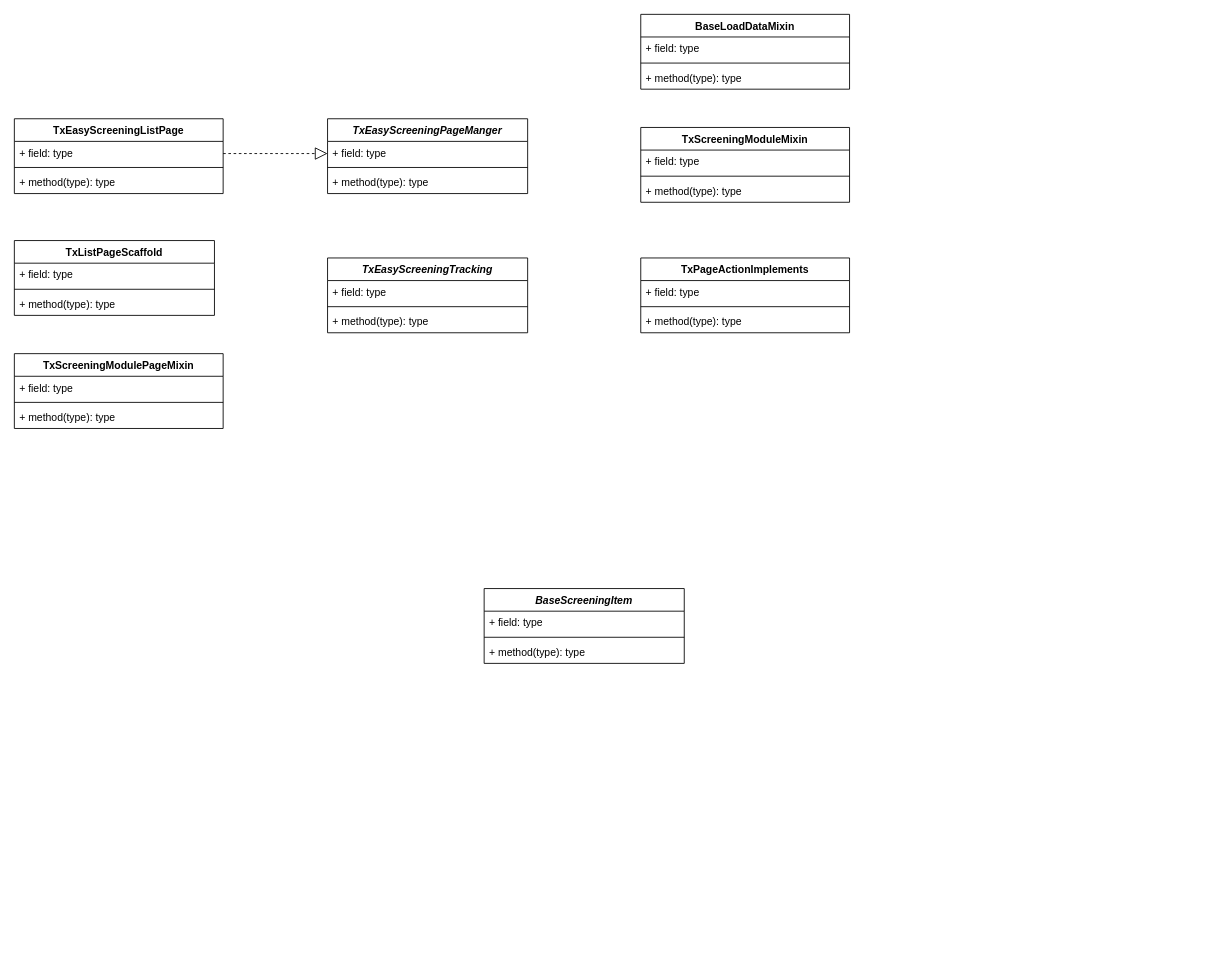
Above: demo.drawio in Jinxishihenian/mind_mapping (draw.io), before the change. Source tidied: cells renumbered, new cells numbered last; positions are measured from the earlier drawing's top-left corner, leaving out a move shared by most shapes. Both pictures are drawn from the tidied source at 87%, with x=0, y=0 at pixel (14, 14).
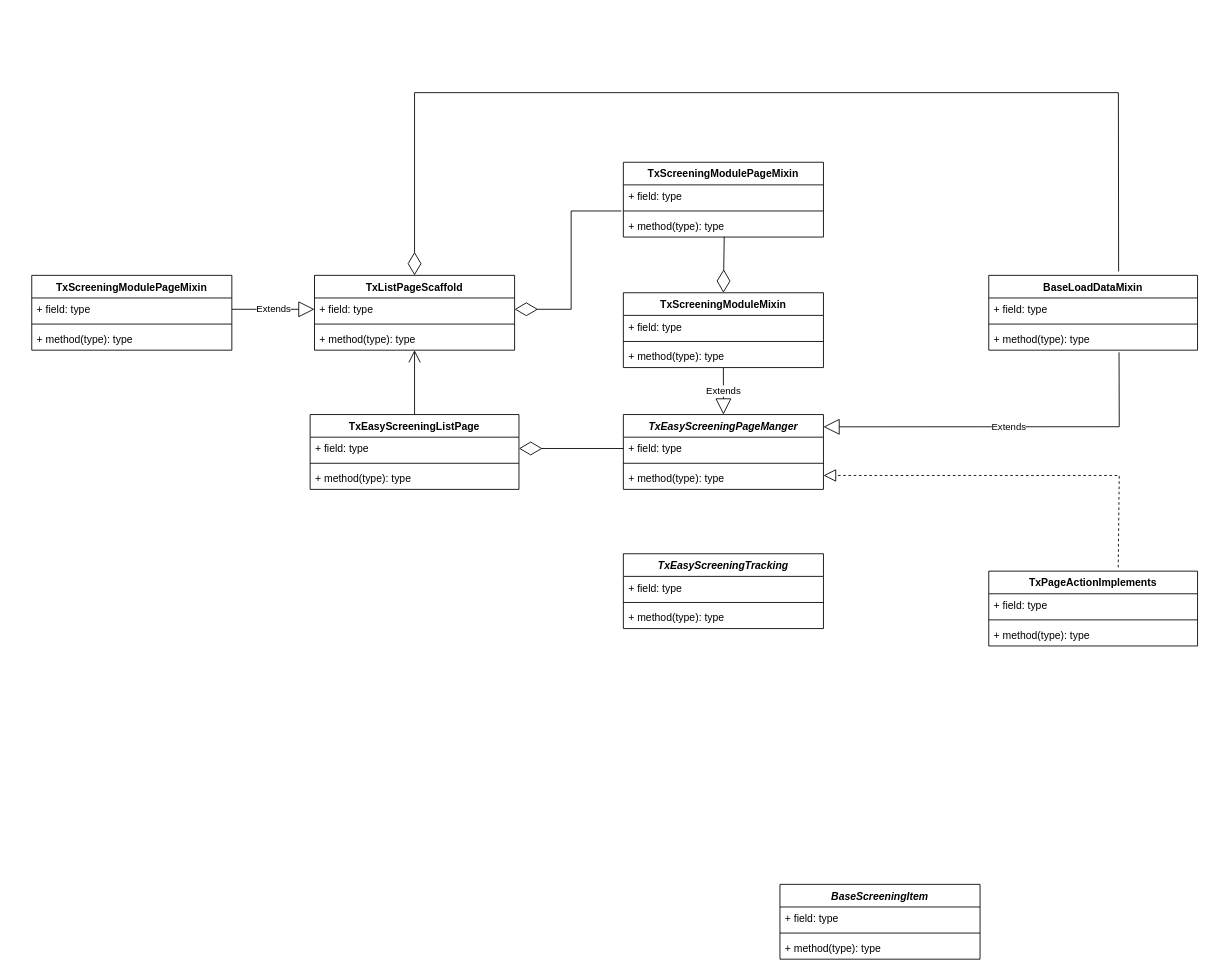
The same diagram, later.

The change refers to these unchanged cells:
```xml
<mxCell id="5" value="+ method(type): type" style="text;strokeColor=none;fillColor=none;align=left;verticalAlign=top;spacingLeft=4;spacingRight=4;overflow=hidden;points=[[0,0.5],[1,0.5]];portConstraint=eastwest;" parent="2" vertex="1">
  <mxGeometry y="60" width="240" height="26" as="geometry" />
</mxCell>
<mxCell id="11" value="+ field: type" style="text;strokeColor=none;fillColor=none;align=left;verticalAlign=top;spacingLeft=4;spacingRight=4;overflow=hidden;points=[[0,0.5],[1,0.5]];portConstraint=eastwest;shadow=0;" parent="10" vertex="1">
  <mxGeometry y="26" width="240" height="26" as="geometry" />
</mxCell>
<mxCell id="15" value="+ field: type" style="text;strokeColor=none;fillColor=none;align=left;verticalAlign=top;spacingLeft=4;spacingRight=4;overflow=hidden;points=[[0,0.5],[1,0.5]];portConstraint=eastwest;shadow=0;" parent="14" vertex="1">
  <mxGeometry y="26" width="230" height="26" as="geometry" />
</mxCell>
<mxCell id="17" value="+ method(type): type" style="text;strokeColor=none;fillColor=none;align=left;verticalAlign=top;spacingLeft=4;spacingRight=4;overflow=hidden;points=[[0,0.5],[1,0.5]];portConstraint=eastwest;shadow=0;" parent="14" vertex="1">
  <mxGeometry y="60" width="230" height="26" as="geometry" />
</mxCell>
<mxCell id="31" value="+ field: type" style="text;strokeColor=none;fillColor=none;align=left;verticalAlign=top;spacingLeft=4;spacingRight=4;overflow=hidden;points=[[0,0.5],[1,0.5]];portConstraint=eastwest;shadow=0;" parent="30" vertex="1">
  <mxGeometry y="26" width="230" height="26" as="geometry" />
</mxCell>
<mxCell id="33" value="+ method(type): type" style="text;strokeColor=none;fillColor=none;align=left;verticalAlign=top;spacingLeft=4;spacingRight=4;overflow=hidden;points=[[0,0.5],[1,0.5]];portConstraint=eastwest;shadow=0;" parent="30" vertex="1">
  <mxGeometry y="60" width="230" height="26" as="geometry" />
</mxCell>
```

Diff of the diagram source:
```diff
@@
     <mxCell id="2" value="BaseLoadDataMixin&#10;" style="swimlane;fontStyle=1;align=center;verticalAlign=top;horizontal=1;startSize=26;shadow=0;" parent="1" vertex="1">
-      <mxGeometry x="720" width="240" height="86" as="geometry" />
+      <mxGeometry x="1120" y="300" width="240" height="86" as="geometry" />
     </mxCell>
@@
     <mxCell id="6" value="BaseScreeningItem" style="swimlane;fontStyle=3;align=center;verticalAlign=top;horizontal=1;startSize=26;shadow=0;" parent="1" vertex="1">
-      <mxGeometry x="540" y="660" width="230" height="86" as="geometry" />
+      <mxGeometry x="880" y="1000" width="230" height="86" as="geometry" />
     </mxCell>
@@
     <mxCell id="10" value="TxEasyScreeningListPage" style="swimlane;fontStyle=1;align=center;verticalAlign=top;horizontal=1;startSize=26;shadow=0;" parent="1" vertex="1">
-      <mxGeometry y="120" width="240" height="86" as="geometry" />
+      <mxGeometry x="340" y="460" width="240" height="86" as="geometry" />
     </mxCell>
@@
     <mxCell id="14" value="TxEasyScreeningPageManger" style="swimlane;fontStyle=3;align=center;verticalAlign=top;horizontal=1;startSize=26;shadow=0;" parent="1" vertex="1">
-      <mxGeometry x="360" y="120" width="230" height="86" as="geometry" />
+      <mxGeometry x="700" y="460" width="230" height="86" as="geometry" />
     </mxCell>
@@
     <mxCell id="18" value="TxScreeningModuleMixin&#10;" style="swimlane;fontStyle=1;align=center;verticalAlign=top;horizontal=1;startSize=26;shadow=0;" parent="1" vertex="1">
-      <mxGeometry x="720" y="130" width="240" height="86" as="geometry" />
+      <mxGeometry x="700" y="320" width="230" height="86" as="geometry" />
     </mxCell>
     <mxCell id="19" value="+ field: type" style="text;strokeColor=none;fillColor=none;align=left;verticalAlign=top;spacingLeft=4;spacingRight=4;overflow=hidden;shadow=0;" parent="18" vertex="1">
-      <mxGeometry y="26" width="240" height="26" as="geometry" />
+      <mxGeometry y="26" width="230" height="26" as="geometry" />
     </mxCell>
     <mxCell id="20" style="line;strokeWidth=1;fillColor=none;align=left;verticalAlign=middle;spacingTop=-1;spacingLeft=3;spacingRight=3;labelPosition=right;shadow=0;" parent="18" vertex="1">
-      <mxGeometry y="52" width="240" height="8" as="geometry" />
+      <mxGeometry y="52" width="230" height="8" as="geometry" />
     </mxCell>
     <mxCell id="21" value="+ method(type): type" style="text;strokeColor=none;fillColor=none;align=left;verticalAlign=top;spacingLeft=4;spacingRight=4;overflow=hidden;points=[[0,0.5],[1,0.5]];portConstraint=eastwest;shadow=0;" parent="18" vertex="1">
-      <mxGeometry y="60" width="240" height="26" as="geometry" />
+      <mxGeometry y="60" width="230" height="26" as="geometry" />
     </mxCell>
     <mxCell id="22" value="TxPageActionImplements" style="swimlane;fontStyle=1;align=center;verticalAlign=top;horizontal=1;startSize=26;shadow=0;" parent="1" vertex="1">
-      <mxGeometry x="720" y="280" width="240" height="86" as="geometry" />
+      <mxGeometry x="1120" y="640" width="240" height="86" as="geometry" />
     </mxCell>
@@
     <mxCell id="26" value="TxEasyScreeningTracking&#10;" style="swimlane;fontStyle=3;align=center;verticalAlign=top;horizontal=1;startSize=26;shadow=0;" parent="1" vertex="1">
-      <mxGeometry x="360" y="280" width="230" height="86" as="geometry" />
+      <mxGeometry x="700" y="620" width="230" height="86" as="geometry" />
     </mxCell>
@@
     <mxCell id="30" value="TxListPageScaffold" style="swimlane;fontStyle=1;align=center;verticalAlign=top;horizontal=1;startSize=26;shadow=0;" parent="1" vertex="1">
-      <mxGeometry y="260" width="230" height="86" as="geometry" />
+      <mxGeometry x="345" y="300" width="230" height="86" as="geometry" />
     </mxCell>
@@
-    <mxCell id="34" style="endArrow=block;dashed=1;endFill=0;endSize=12;html=1;rounded=0;" parent="1" edge="1">
-      <mxGeometry relative="1" as="geometry">
-        <mxPoint x="240" y="160" as="sourcePoint" />
-        <mxPoint x="360" y="160" as="targetPoint" />
-      </mxGeometry>
-    </mxCell>
     <mxCell id="35" value="TxScreeningModulePageMixin" style="swimlane;fontStyle=1;align=center;verticalAlign=top;horizontal=1;startSize=26;" parent="1" vertex="1">
-      <mxGeometry y="390" width="240" height="86" as="geometry" />
+      <mxGeometry x="20" y="300" width="230" height="86" as="geometry" />
     </mxCell>
     <mxCell id="36" value="+ field: type" style="text;strokeColor=none;fillColor=none;align=left;verticalAlign=top;spacingLeft=4;spacingRight=4;overflow=hidden;points=[[0,0.5],[1,0.5]];portConstraint=eastwest;" parent="35" vertex="1">
-      <mxGeometry y="26" width="240" height="26" as="geometry" />
+      <mxGeometry y="26" width="230" height="26" as="geometry" />
     </mxCell>
     <mxCell id="37" style="line;strokeWidth=1;fillColor=none;align=left;verticalAlign=middle;spacingTop=-1;spacingLeft=3;spacingRight=3;labelPosition=right;" parent="35" vertex="1">
-      <mxGeometry y="52" width="240" height="8" as="geometry" />
+      <mxGeometry y="52" width="230" height="8" as="geometry" />
     </mxCell>
     <mxCell id="38" value="+ method(type): type" style="text;strokeColor=none;fillColor=none;align=left;verticalAlign=top;spacingLeft=4;spacingRight=4;overflow=hidden;" parent="35" vertex="1">
-      <mxGeometry y="60" width="240" height="26" as="geometry" />
+      <mxGeometry y="60" width="230" height="26" as="geometry" />
     </mxCell>
+    <mxCell id="39" style="endArrow=open;endFill=1;endSize=12;html=1;rounded=0;exitX=0.5;exitY=0;exitDx=0;exitDy=0;" parent="1" edge="1" source="10" target="33">
+      <mxGeometry relative="1" as="geometry" />
+    </mxCell>
+    <mxCell id="40" style="endArrow=block;dashed=1;endFill=0;endSize=12;html=1;rounded=0;entryX=1;entryY=0.385;entryDx=0;entryDy=0;entryPerimeter=0;exitX=0.62;exitY=-0.05;exitDx=0;exitDy=0;exitPerimeter=0;" parent="1" edge="1" source="22" target="17">
+      <mxGeometry relative="1" as="geometry">
+        <Array as="points">
+          <mxPoint x="1270" y="530" />
+        </Array>
+      </mxGeometry>
+    </mxCell>
+    <mxCell id="41" value="Extends" style="endArrow=block;endSize=16;endFill=0;html=1;rounded=0;entryX=1;entryY=0.164;entryDx=0;entryDy=0;entryPerimeter=0;exitX=0.624;exitY=1.094;exitDx=0;exitDy=0;exitPerimeter=0;" parent="1" edge="1" source="5" target="14">
+      <mxGeometry relative="1" as="geometry">
+        <Array as="points">
+          <mxPoint x="1270" y="474" />
+        </Array>
+      </mxGeometry>
+    </mxCell>
+    <mxCell id="42" value="Extends" style="endArrow=block;endSize=16;endFill=0;html=1;rounded=0;entryX=0.5;entryY=0;entryDx=0;entryDy=0;" parent="1" edge="1" source="21" target="14">
+      <mxGeometry relative="1" as="geometry" />
+    </mxCell>
+    <mxCell id="43" value="Extends" style="endArrow=block;endSize=16;endFill=0;html=1;rounded=0;entryX=0;entryY=0.5;entryDx=0;entryDy=0;exitX=1;exitY=0.5;exitDx=0;exitDy=0;" parent="1" edge="1" source="36" target="31">
+      <mxGeometry relative="1" as="geometry" />
+    </mxCell>
+    <mxCell id="44" value="TxScreeningModulePageMixin" style="swimlane;fontStyle=1;align=center;verticalAlign=top;horizontal=1;startSize=26;" parent="1" vertex="1">
+      <mxGeometry x="700" y="170" width="230" height="86" as="geometry" />
+    </mxCell>
+    <mxCell id="45" value="+ field: type" style="text;strokeColor=none;fillColor=none;align=left;verticalAlign=top;spacingLeft=4;spacingRight=4;overflow=hidden;" parent="44" vertex="1">
+      <mxGeometry y="26" width="230" height="26" as="geometry" />
+    </mxCell>
+    <mxCell id="46" style="line;strokeWidth=1;fillColor=none;align=left;verticalAlign=middle;spacingTop=-1;spacingLeft=3;spacingRight=3;labelPosition=right;" parent="44" vertex="1">
+      <mxGeometry y="52" width="230" height="8" as="geometry" />
+    </mxCell>
+    <mxCell id="47" value="+ method(type): type" style="text;strokeColor=none;fillColor=none;align=left;verticalAlign=top;spacingLeft=4;spacingRight=4;overflow=hidden;points=[[0,0.5],[1,0.5]];portConstraint=eastwest;" parent="44" vertex="1">
+      <mxGeometry y="60" width="230" height="26" as="geometry" />
+    </mxCell>
+    <mxCell id="48" style="endArrow=diamondThin;endFill=0;endSize=24;html=1;rounded=0;entryX=1;entryY=0.5;entryDx=0;entryDy=0;exitX=-0.01;exitY=-0.154;exitDx=0;exitDy=0;exitPerimeter=0;" parent="1" edge="1" source="47" target="31">
+      <mxGeometry relative="1" as="geometry">
+        <Array as="points">
+          <mxPoint x="640" y="226" />
+          <mxPoint x="640" y="339" />
+        </Array>
+      </mxGeometry>
+    </mxCell>
+    <mxCell id="49" style="endArrow=diamondThin;endFill=0;endSize=24;html=1;rounded=0;entryX=0.5;entryY=0;entryDx=0;entryDy=0;exitX=0.504;exitY=0.985;exitDx=0;exitDy=0;exitPerimeter=0;" parent="1" edge="1" source="47" target="18">
+      <mxGeometry relative="1" as="geometry" />
+    </mxCell>
+    <mxCell id="50" style="endArrow=diamondThin;endFill=0;endSize=24;html=1;rounded=0;exitX=0.622;exitY=-0.051;exitDx=0;exitDy=0;exitPerimeter=0;entryX=0.5;entryY=0;entryDx=0;entryDy=0;" parent="1" edge="1" source="2" target="30">
+      <mxGeometry relative="1" as="geometry">
+        <Array as="points">
+          <mxPoint x="1269" y="90" />
+          <mxPoint x="460" y="90" />
+        </Array>
+      </mxGeometry>
+    </mxCell>
+    <mxCell id="51" style="endArrow=diamondThin;endFill=0;endSize=24;html=1;rounded=0;entryX=1;entryY=0.5;entryDx=0;entryDy=0;exitX=0;exitY=0.5;exitDx=0;exitDy=0;" parent="1" edge="1" source="15" target="11">
+      <mxGeometry relative="1" as="geometry" />
+    </mxCell>
```
